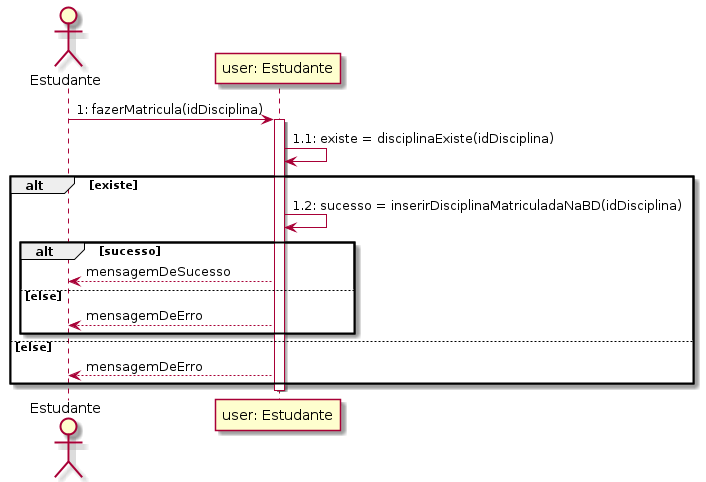
This is diagramas_interacao/diagramas_sequencia/out/fazer_matricula/fazer_matricula.png from lucasg-mm/ensinet, a PlantUML export, as it was before one commit. Its diagram source:
```plantuml
@startuml fazer_matricula
actor Estudante
Estudante->"user: Estudante": 1: fazerMatricula(idDisciplina)
activate "user: Estudante"
"user: Estudante"->"user: Estudante": 1.1: existe = disciplinaExiste(idDisciplina)
alt existe
"user: Estudante"->"user: Estudante": 1.2: sucesso = inserirDisciplinaMatriculadaNaBD(idDisciplina)
alt sucesso
"user: Estudante"-->Estudante: mensagemDeSucesso
else else
"user: Estudante"-->Estudante: mensagemDeErro
end
else else
"user: Estudante"-->Estudante: mensagemDeErro
end
deactivate "user: Estudante"
@enduml
```
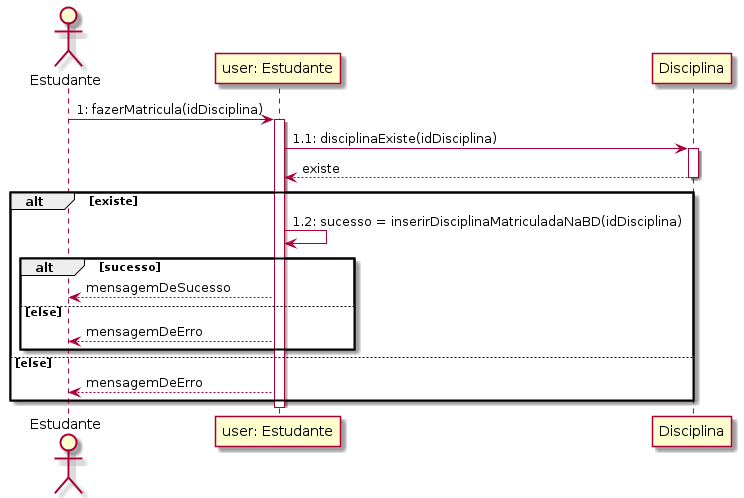
Above is the later version.

Commit message:
Adiciona imagem do diagrama atualizado

Change to the diagram source:
```diff
@@ -2,7 +2,10 @@
 actor Estudante
 Estudante->"user: Estudante": 1: fazerMatricula(idDisciplina)
 activate "user: Estudante"
-"user: Estudante"->"user: Estudante": 1.1: existe = disciplinaExiste(idDisciplina)
+"user: Estudante"->Disciplina: 1.1: disciplinaExiste(idDisciplina)
+activate "Disciplina"
+Disciplina-->"user: Estudante": existe
+deactivate "Disciplina"
 alt existe
 "user: Estudante"->"user: Estudante": 1.2: sucesso = inserirDisciplinaMatriculadaNaBD(idDisciplina)
 alt sucesso
```
